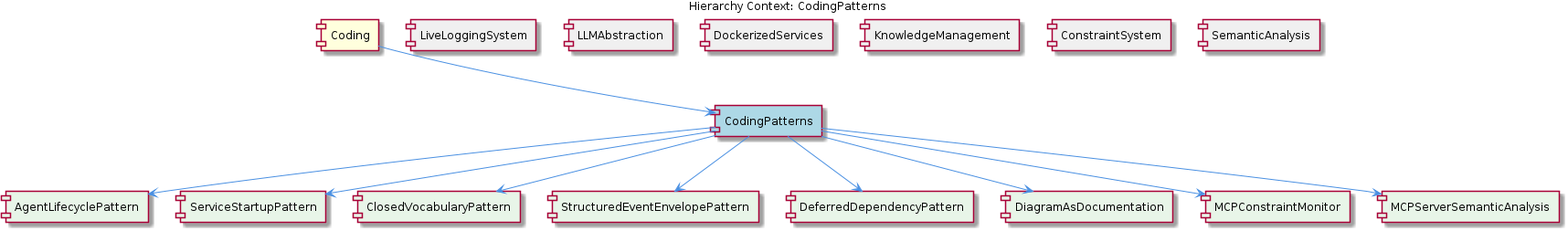
fwornle/coding keeps this PlantUML diagram as knowledge-management/insights/images/coding-patterns-relationship.png. Above is the earlier version. Its source is kept beside it as .data/knowledge-graph/insights/puml/coding-patterns-relationship.puml.
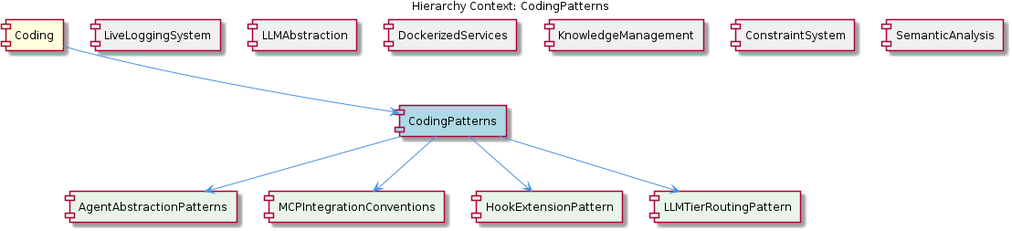
Above is the later version.

The edit, as a diff of the source:
```diff
@@ -11,14 +11,10 @@
 [KnowledgeManagement] as knowledge_management #F0F0F0
 [ConstraintSystem] as constraint_system #F0F0F0
 [SemanticAnalysis] as semantic_analysis #F0F0F0
-[AgentLifecyclePattern] as agent_lifecycle_pattern #E8F5E8
-[ServiceStartupPattern] as service_startup_pattern #E8F5E8
-[ClosedVocabularyPattern] as closed_vocabulary_pattern #E8F5E8
-[StructuredEventEnvelopePattern] as structured_event_envelope_pattern #E8F5E8
-[DeferredDependencyPattern] as deferred_dependency_pattern #E8F5E8
-[DiagramAsDocumentation] as diagram_as_documentation #E8F5E8
-[MCPConstraintMonitor] as mcpconstraint_monitor #E8F5E8
-[MCPServerSemanticAnalysis] as mcpserver_semantic_analysis #E8F5E8
+[AgentAbstractionPatterns] as agent_abstraction_patterns #E8F5E8
+[MCPIntegrationConventions] as mcpintegration_conventions #E8F5E8
+[HookExtensionPattern] as hook_extension_pattern #E8F5E8
+[LLMTierRoutingPattern] as llmtier_routing_pattern #E8F5E8
 
 coding --> coding_patterns
 live_logging_system -[hidden]- coding_patterns
@@ -27,13 +23,9 @@
 knowledge_management -[hidden]- coding_patterns
 constraint_system -[hidden]- coding_patterns
 semantic_analysis -[hidden]- coding_patterns
-coding_patterns --> agent_lifecycle_pattern
-coding_patterns --> service_startup_pattern
-coding_patterns --> closed_vocabulary_pattern
-coding_patterns --> structured_event_envelope_pattern
-coding_patterns --> deferred_dependency_pattern
-coding_patterns --> diagram_as_documentation
-coding_patterns --> mcpconstraint_monitor
-coding_patterns --> mcpserver_semantic_analysis
+coding_patterns --> agent_abstraction_patterns
+coding_patterns --> mcpintegration_conventions
+coding_patterns --> hook_extension_pattern
+coding_patterns --> llmtier_routing_pattern
 
 @enduml
```
